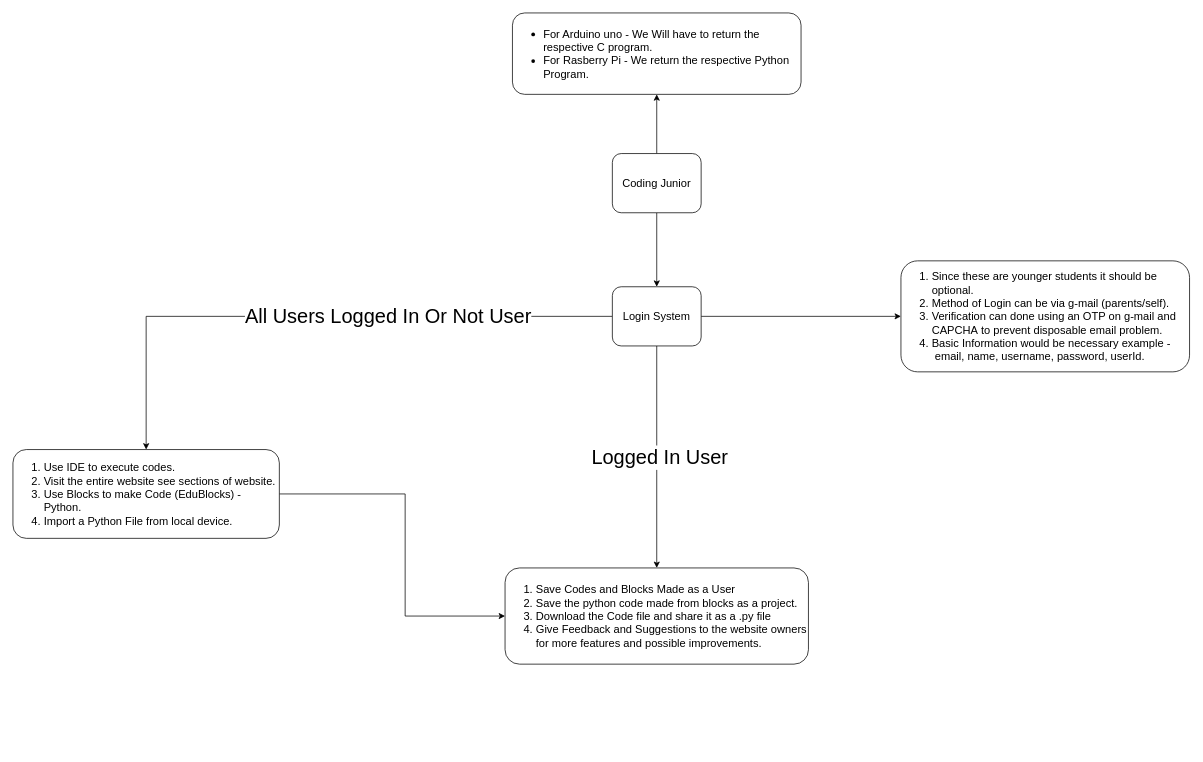
MishraShardendu22-CP/Draw.io-ShardenduMishra keeps this draw.io diagram as Untitled Diagram.drawio. Above is the earlier version. Source tidied: cells renumbered, new cells numbered last; positions are measured from the earlier drawing's top-left corner, leaving out a move shared by most shapes. Both pictures are drawn from the tidied source at 74%, with x=0, y=0 at pixel (13, 13).
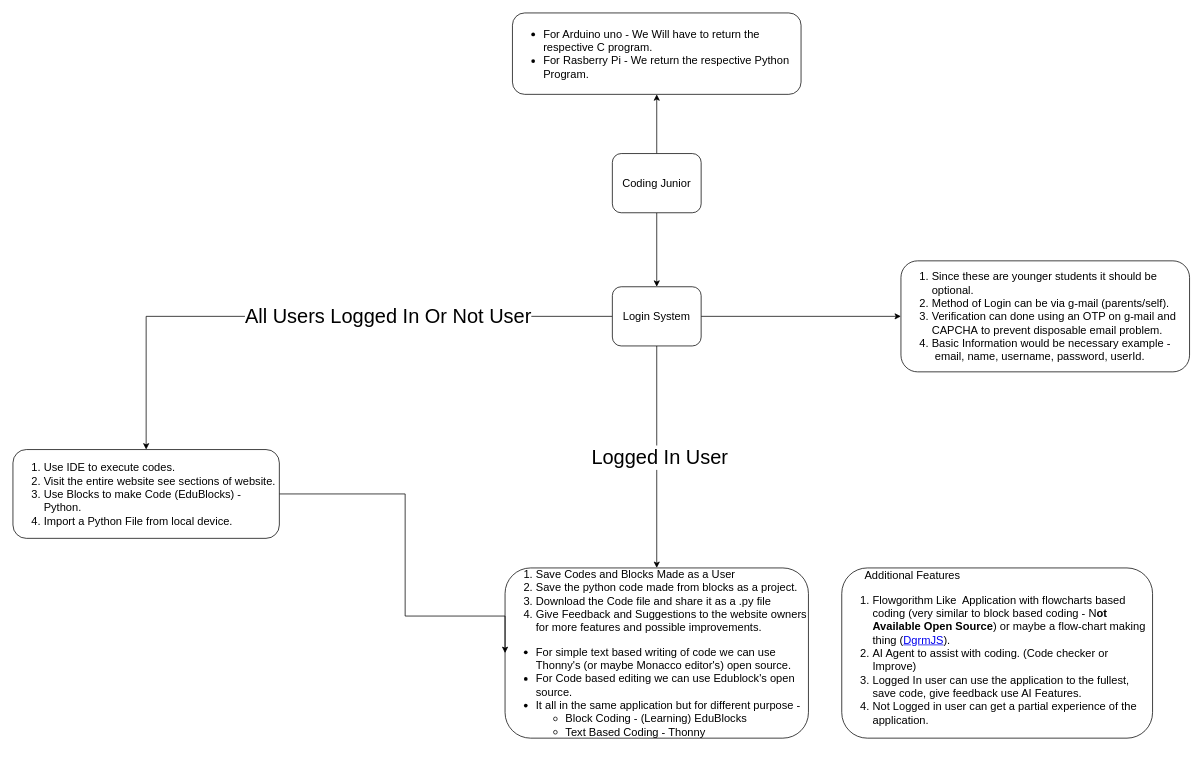
The same diagram, later.

What changed in the source:
```diff
@@
 <mxGraphModel>
   <root>
     <mxCell id="0" />
     <mxCell id="1" parent="0" />
     <mxCell id="2" style="edgeStyle=orthogonalEdgeStyle;rounded=0;jettySize=auto;html=1;" parent="1" edge="1" source="4" target="10">
       <mxGeometry relative="1" as="geometry" />
     </mxCell>
     <mxCell id="3" style="edgeStyle=orthogonalEdgeStyle;rounded=0;jettySize=auto;html=1;" parent="1" edge="1" source="4" target="15">
       <mxGeometry relative="1" as="geometry" />
     </mxCell>
     <mxCell id="4" value="Coding Junior" style="rounded=1;whiteSpace=wrap;html=1;fontSize=15;" parent="1" vertex="1">
       <mxGeometry x="810" y="190" width="120" height="80" as="geometry" />
     </mxCell>
     <mxCell id="5" style="edgeStyle=orthogonalEdgeStyle;rounded=0;jettySize=auto;html=1;" parent="1" edge="1" source="10" target="11">
       <mxGeometry relative="1" as="geometry" />
     </mxCell>
     <mxCell id="6" style="edgeStyle=orthogonalEdgeStyle;rounded=0;jettySize=auto;html=1;" parent="1" edge="1" source="10" target="12">
       <mxGeometry relative="1" as="geometry" />
     </mxCell>
     <mxCell id="7" value="Logged In User" style="edgeLabel;html=1;align=center;verticalAlign=middle;fontSize=27;" parent="6" vertex="1">
       <mxGeometry y="3" relative="1" as="geometry" />
     </mxCell>
     <mxCell id="8" style="edgeStyle=orthogonalEdgeStyle;rounded=0;jettySize=auto;html=1;" parent="1" edge="1" source="10" target="14">
       <mxGeometry relative="1" as="geometry" />
     </mxCell>
     <mxCell id="9" value="&lt;span style=&quot;font-size: 27px;&quot;&gt;All Users Logged In Or Not User&lt;/span&gt;" style="edgeLabel;html=1;align=center;verticalAlign=middle;" parent="8" vertex="1">
       <mxGeometry x="-0.25" y="-1" relative="1" as="geometry" />
     </mxCell>
     <mxCell id="10" value="Login System" style="rounded=1;whiteSpace=wrap;html=1;fontSize=15;" parent="1" vertex="1">
       <mxGeometry x="810" y="370" width="120" height="80" as="geometry" />
     </mxCell>
     <mxCell id="11" value="&lt;ol&gt;&lt;li&gt;Since these are younger students it should be optional.&lt;/li&gt;&lt;li&gt;Method of Login can be via g-mail (parents/self).&lt;/li&gt;&lt;li&gt;Verification can done using an OTP on g-mail and CAPCHA&lt;span style=&quot;text-align: center; background-color: transparent; color: light-dark(rgb(0, 0, 0), rgb(255, 255, 255));&quot;&gt;&amp;nbsp;to prevent disposable email problem.&lt;/span&gt;&lt;/li&gt;&lt;li&gt;&lt;span style=&quot;text-align: center; background-color: transparent; color: light-dark(rgb(0, 0, 0), rgb(255, 255, 255));&quot;&gt;Basic Information would be necessary example -&amp;nbsp; &amp;nbsp; &amp;nbsp;email, name, username, password, userId.&lt;/span&gt;&lt;/li&gt;&lt;/ol&gt;" style="rounded=1;whiteSpace=wrap;html=1;fontSize=15;align=left;" parent="1" vertex="1">
       <mxGeometry x="1200" y="335" width="390" height="150" as="geometry" />
     </mxCell>
-    <mxCell id="12" value="&lt;ol&gt;&lt;li&gt;Save Codes and Blocks Made as a User&amp;nbsp;&lt;/li&gt;&lt;li&gt;Save the python code made from blocks as a project.&lt;/li&gt;&lt;li&gt;Download the Code file and share it as a .py file&lt;/li&gt;&lt;li&gt;Give Feedback and Suggestions to the website owners for more features and possible improvements.&lt;/li&gt;&lt;/ol&gt;" style="whiteSpace=wrap;html=1;fontSize=15;rounded=1;align=left;" parent="1" vertex="1">
-      <mxGeometry x="665" y="750" width="410" height="130" as="geometry" />
+    <mxCell id="12" value="&lt;ol&gt;&lt;li&gt;Save Codes and Blocks Made as a User&amp;nbsp;&lt;/li&gt;&lt;li&gt;Save the python code made from blocks as a project.&lt;/li&gt;&lt;li&gt;Download the Code file and share it as a .py file&lt;/li&gt;&lt;li&gt;Give Feedback and Suggestions to the website owners for more features and possible improvements.&lt;/li&gt;&lt;/ol&gt;&lt;div&gt;&lt;ul&gt;&lt;li&gt;For simple text based writing of code we can use Thonny's (or maybe Monacco editor's)&amp;nbsp;open source.&lt;/li&gt;&lt;li&gt;For Code based editing we can use Edublock's open source.&lt;/li&gt;&lt;li&gt;It all in the same application but for different purpose -&amp;nbsp;&lt;/li&gt;&lt;ul&gt;&lt;li&gt;Block Coding - (Learning) EduBlocks&lt;/li&gt;&lt;li&gt;Text Based Coding - Thonny&amp;nbsp;&lt;/li&gt;&lt;/ul&gt;&lt;/ul&gt;&lt;/div&gt;" style="whiteSpace=wrap;html=1;fontSize=15;rounded=1;align=left;" parent="1" vertex="1">
+      <mxGeometry x="665" y="750" width="410" height="230" as="geometry" />
     </mxCell>
     <mxCell id="13" style="edgeStyle=orthogonalEdgeStyle;rounded=0;jettySize=auto;html=1;exitX=1;exitY=0.5;exitDx=0;exitDy=0;entryX=0;entryY=0.5;entryDx=0;entryDy=0;" parent="1" edge="1" source="14" target="12">
       <mxGeometry relative="1" as="geometry">
         <Array as="points">
           <mxPoint x="530" y="650" />
           <mxPoint x="530" y="815" />
         </Array>
       </mxGeometry>
     </mxCell>
     <mxCell id="14" value="&lt;ol&gt;&lt;li&gt;Use IDE to execute codes.&lt;/li&gt;&lt;li&gt;Visit the entire website see sections of website.&lt;/li&gt;&lt;li&gt;Use Blocks to make Code (EduBlocks) - Python.&lt;/li&gt;&lt;li&gt;Import a Python File from local device.&lt;/li&gt;&lt;/ol&gt;" style="whiteSpace=wrap;html=1;fontSize=15;rounded=1;align=left;" parent="1" vertex="1">
       <mxGeometry y="590" width="360" height="120" as="geometry" />
     </mxCell>
     <mxCell id="15" value="&lt;ul&gt;&lt;li&gt;For Arduino uno -&amp;nbsp;&lt;span style=&quot;background-color: transparent; color: light-dark(rgb(0, 0, 0), rgb(255, 255, 255));&quot;&gt;We Will have to return the respective C program.&lt;/span&gt;&lt;/li&gt;&lt;li&gt;&lt;span style=&quot;background-color: transparent; color: light-dark(rgb(0, 0, 0), rgb(255, 255, 255));&quot;&gt;For Rasberry Pi - We return the respective Python Program.&amp;nbsp;&lt;/span&gt;&lt;/li&gt;&lt;/ul&gt;" style="rounded=1;whiteSpace=wrap;html=1;fontSize=15;align=left;" parent="1" vertex="1">
       <mxGeometry x="675" width="390" height="110" as="geometry" />
     </mxCell>
+    <mxCell id="16" value="&lt;div&gt;&amp;nbsp; &amp;nbsp; &amp;nbsp; &amp;nbsp;Additional Features&amp;nbsp;&lt;/div&gt;&lt;div&gt;&lt;ol&gt;&lt;li&gt;Flowgorithm Like&amp;nbsp; Application with flowcharts based coding (very similar to block based coding - N&lt;b&gt;ot Available Open Source&lt;/b&gt;) or maybe a flow-chart making thing (&lt;a href=&quot;https://github.com/AlexeyBoiko/DgrmJS&quot;&gt;DgrmJS&lt;/a&gt;).&amp;nbsp;&amp;nbsp;&lt;/li&gt;&lt;li&gt;AI Agent to assist with coding. (Code checker or Improve)&lt;/li&gt;&lt;li&gt;Logged In user can use the application to the fullest, save code, give feedback use AI Features.&lt;/li&gt;&lt;li&gt;Not Logged in user can get a partial experience of the application.&amp;nbsp;&lt;/li&gt;&lt;/ol&gt;&lt;/div&gt;" style="whiteSpace=wrap;html=1;fontSize=15;rounded=1;align=left;" parent="1" vertex="1">
+      <mxGeometry x="1120" y="750" width="420" height="230" as="geometry" />
+    </mxCell>
   </root>
 </mxGraphModel>
```
